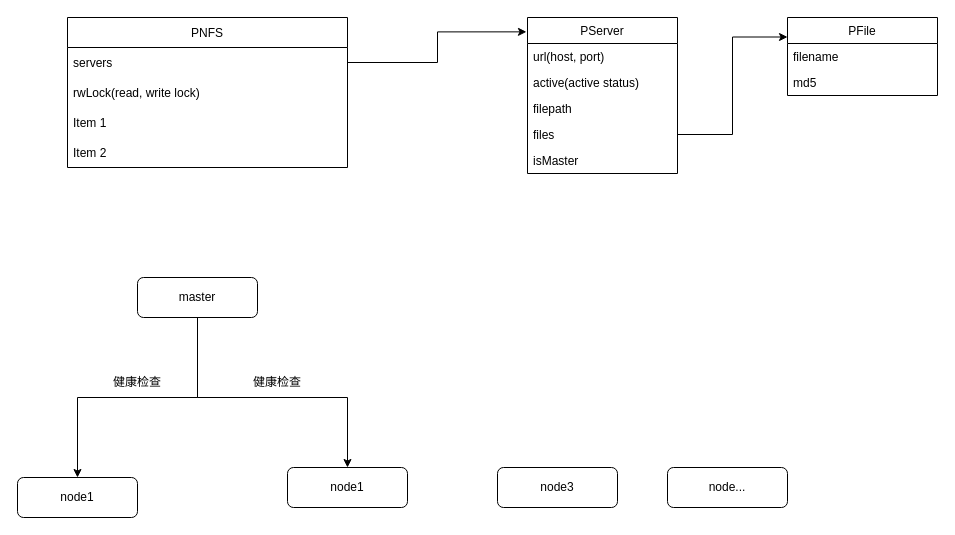
Above: pnfs.drawio in piglig/psyner (draw.io), before the change. Source tidied: cells renumbered, new cells numbered last; positions are measured from the earlier drawing's top-left corner, leaving out a move shared by most shapes. Both pictures are drawn from the tidied source at 100%, with x=0, y=0 at pixel (17, 17).
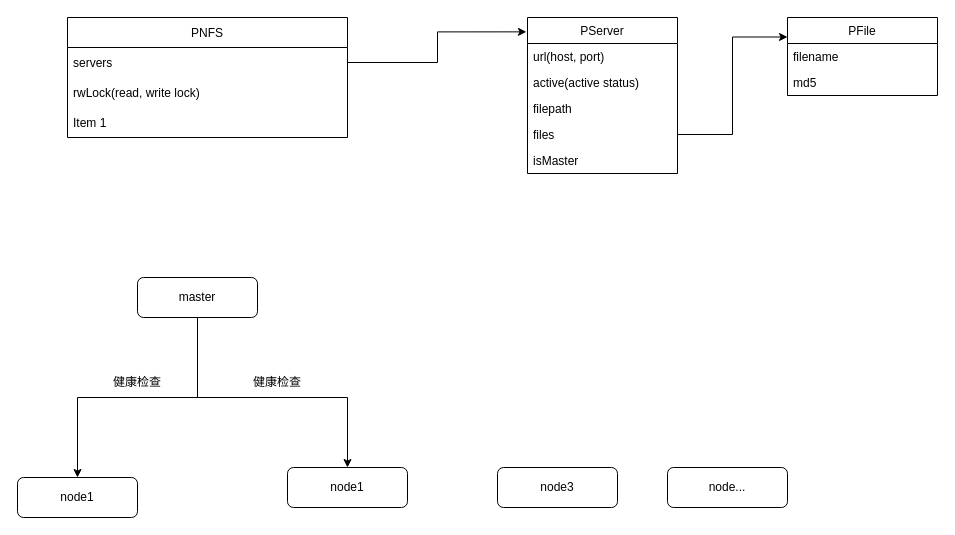
The same page after the edit.

Change to the diagram source:
```diff
@@
     <mxCell id="7" value="PNFS" style="swimlane;fontStyle=0;horizontal=1;startSize=30;" parent="1" vertex="1">
-      <mxGeometry x="50" width="280" height="150" as="geometry" />
+      <mxGeometry x="50" width="280" height="120" as="geometry" />
     </mxCell>
@@
-    <mxCell id="11" value="Item 2" style="text;strokeColor=none;fillColor=none;align=left;verticalAlign=middle;spacingLeft=4;spacingRight=4;overflow=hidden;" parent="7" vertex="1">
-      <mxGeometry y="120" width="280" height="30" as="geometry" />
-    </mxCell>
```
